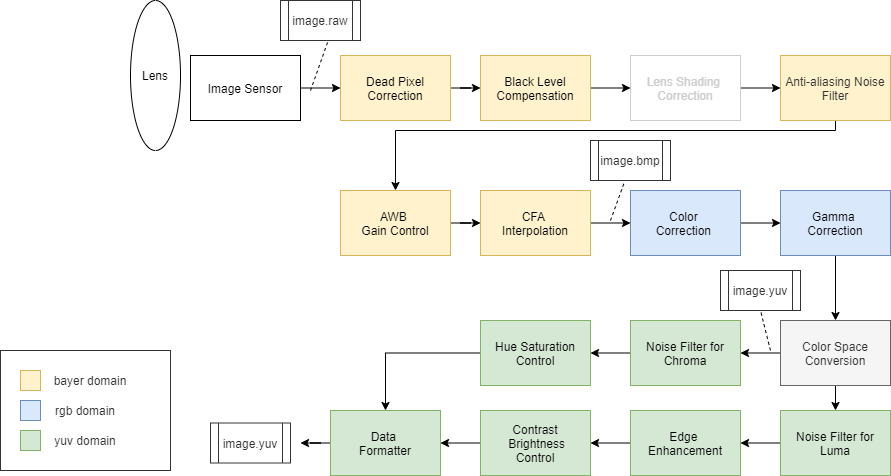
Before: image/isp_pipeline.png, a diagram exported from draw.io (lesialin/ImageSignalProcessing_C). Source tidied: cells renumbered, new cells last; positions are measured from the earlier drawing's top-left corner, leaving out a move shared by most shapes.
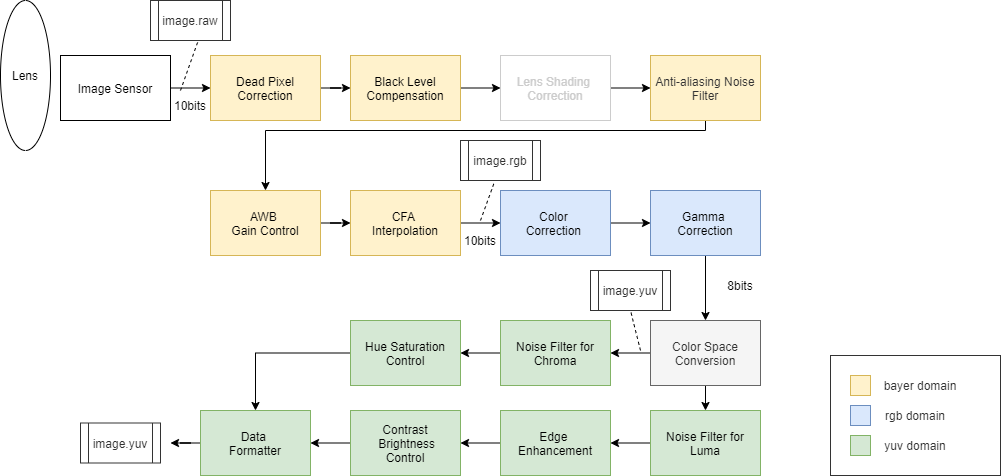
After the commit.

Diff of the diagram source:
```diff
@@ -122,7 +122,7 @@
         <mxPoint x="310" y="90" as="sourcePoint" />
       </mxGeometry>
     </mxCell>
-    <mxCell id="39" value="image.bmp" style="shape=process;whiteSpace=wrap;html=1;backgroundOutline=1;fontColor=#333333;strokeColor=#333333;" parent="1" vertex="1">
+    <mxCell id="39" value="image.rgb" style="shape=process;whiteSpace=wrap;html=1;backgroundOutline=1;fontColor=#333333;strokeColor=#333333;" parent="1" vertex="1">
       <mxGeometry x="590" y="140" width="80" height="40" as="geometry" />
     </mxCell>
     <mxCell id="40" style="endArrow=none;dashed=1;html=1;rounded=0;fontColor=#333333;entryX=0.425;entryY=1.033;entryDx=0;entryDy=0;entryPerimeter=0;" parent="1" edge="1" target="39">
@@ -142,7 +142,7 @@
       <mxGeometry x="210" y="422.5" width="80" height="40" as="geometry" />
     </mxCell>
     <mxCell id="44" style="group;" parent="1" vertex="1">
-      <mxGeometry y="350" width="170" height="120" as="geometry" />
+      <mxGeometry x="960" y="355" width="170" height="120" as="geometry" />
     </mxCell>
     <mxCell id="45" style="rounded=0;whiteSpace=wrap;html=1;fontColor=#333333;strokeColor=#333333;" parent="44" vertex="1">
       <mxGeometry width="170" height="120" as="geometry" />
@@ -165,5 +165,14 @@
     <mxCell id="51" value="yuv domain" style="text;html=1;strokeColor=none;fillColor=none;align=center;verticalAlign=middle;whiteSpace=wrap;rounded=0;fontColor=#333333;" parent="44" vertex="1">
       <mxGeometry x="35" y="75" width="100" height="30" as="geometry" />
     </mxCell>
+    <mxCell id="52" value="10bits" style="text;html=1;strokeColor=none;fillColor=none;align=center;verticalAlign=middle;whiteSpace=wrap;rounded=0;" parent="1" vertex="1">
+      <mxGeometry x="580" y="225" width="60" height="30" as="geometry" />
+    </mxCell>
+    <mxCell id="53" value="8bits" style="text;html=1;strokeColor=none;fillColor=none;align=center;verticalAlign=middle;whiteSpace=wrap;rounded=0;" parent="1" vertex="1">
+      <mxGeometry x="840" y="270" width="60" height="30" as="geometry" />
+    </mxCell>
+    <mxCell id="54" value="10bits" style="text;html=1;strokeColor=none;fillColor=none;align=center;verticalAlign=middle;whiteSpace=wrap;rounded=0;" parent="1" vertex="1">
+      <mxGeometry x="290" y="90" width="60" height="30" as="geometry" />
+    </mxCell>
   </root>
 </mxGraphModel>
```
